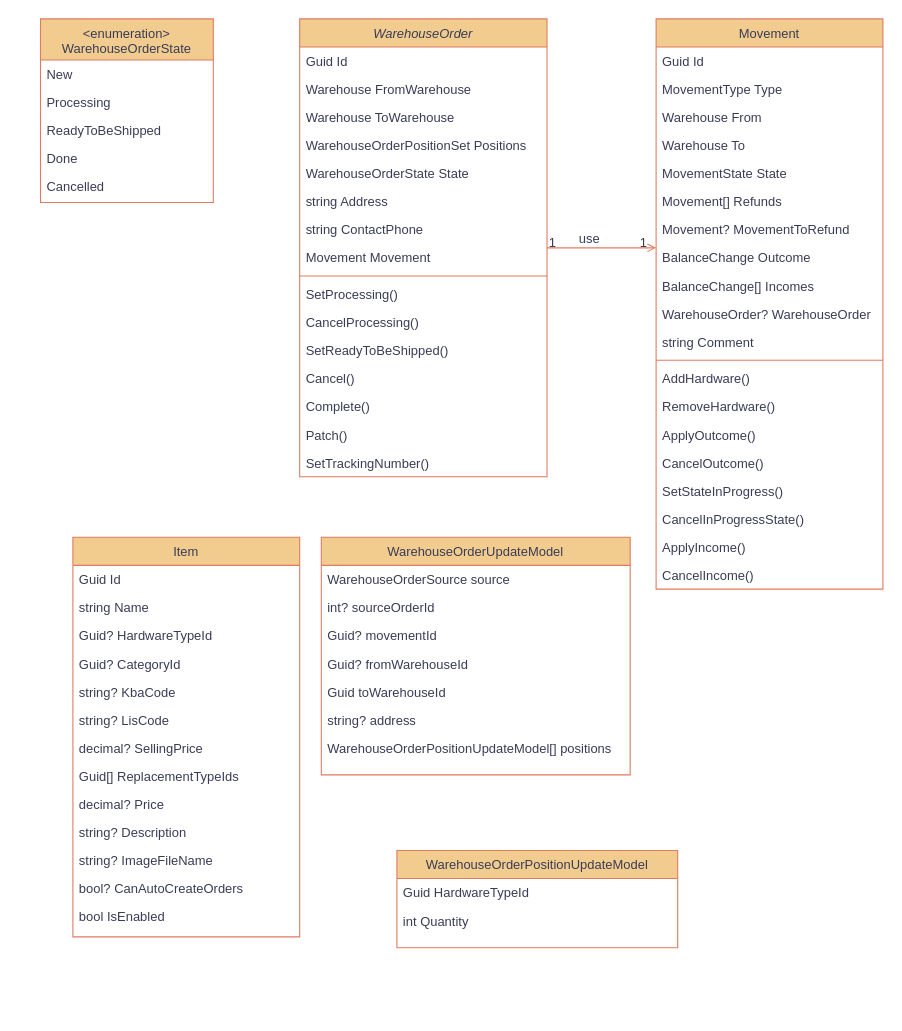
The draw.io diagram Диаграмма без названия.drawio in Kostey2204/GpsApp, before the edit. Source tidied: cells renumbered, new cells numbered last; positions are measured from the earlier drawing's top-left corner, leaving out a move shared by most shapes. Both pictures are drawn from the tidied source at 108%, with x=0, y=0 at pixel (40, 18).
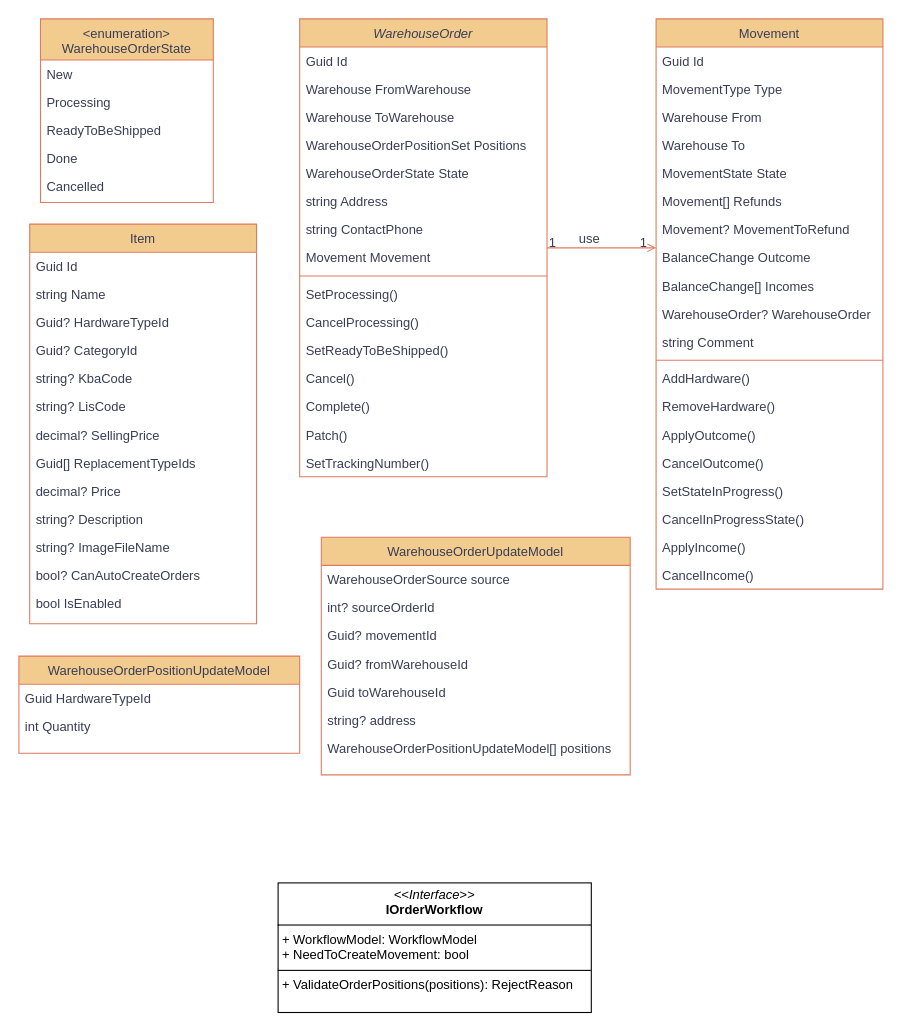
The same diagram, later.

The edit, as a diff of the source:
```diff
@@
     <mxCell id="50" value="Item" style="swimlane;fontStyle=0;align=center;verticalAlign=top;horizontal=1;startSize=26;rounded=0;shadow=0;strokeWidth=1;labelBackgroundColor=none;fillColor=#F2CC8F;strokeColor=#E07A5F;fontColor=#393C56;" parent="1" vertex="1">
-      <mxGeometry x="30" y="480" width="210" height="370" as="geometry" />
+      <mxGeometry x="-10" y="190" width="210" height="370" as="geometry" />
     </mxCell>
@@
     <mxCell id="72" value="WarehouseOrderPositionUpdateModel" style="swimlane;fontStyle=0;align=center;verticalAlign=top;horizontal=1;startSize=26;rounded=0;shadow=0;strokeWidth=1;labelBackgroundColor=none;fillColor=#F2CC8F;strokeColor=#E07A5F;fontColor=#393C56;" parent="1" vertex="1">
-      <mxGeometry x="330" y="770" width="260" height="90" as="geometry" />
+      <mxGeometry x="-20" y="590" width="260" height="90" as="geometry" />
     </mxCell>
@@
+    <mxCell id="75" value="&lt;p style=&quot;margin:0px;margin-top:4px;text-align:center;&quot;&gt;&lt;i&gt;&amp;lt;&amp;lt;Interface&amp;gt;&amp;gt;&lt;/i&gt;&lt;br&gt;&lt;b&gt;IOrderWorkflow&lt;/b&gt;&lt;/p&gt;&lt;hr size=&quot;1&quot; style=&quot;border-style:solid;&quot;&gt;&lt;p style=&quot;margin:0px;margin-left:4px;&quot;&gt;+ WorkflowModel: WorkflowModel&lt;br&gt;+ NeedToCreateMovement: bool&lt;/p&gt;&lt;hr size=&quot;1&quot; style=&quot;border-style:solid;&quot;&gt;&lt;p style=&quot;margin:0px;margin-left:4px;&quot;&gt;+ ValidateOrderPositions(positions): RejectReason&lt;br&gt;&lt;/p&gt;" style="verticalAlign=top;align=left;overflow=fill;html=1;whiteSpace=wrap;" parent="1" vertex="1">
+      <mxGeometry x="220" y="800" width="290" height="120" as="geometry" />
+    </mxCell>
```
